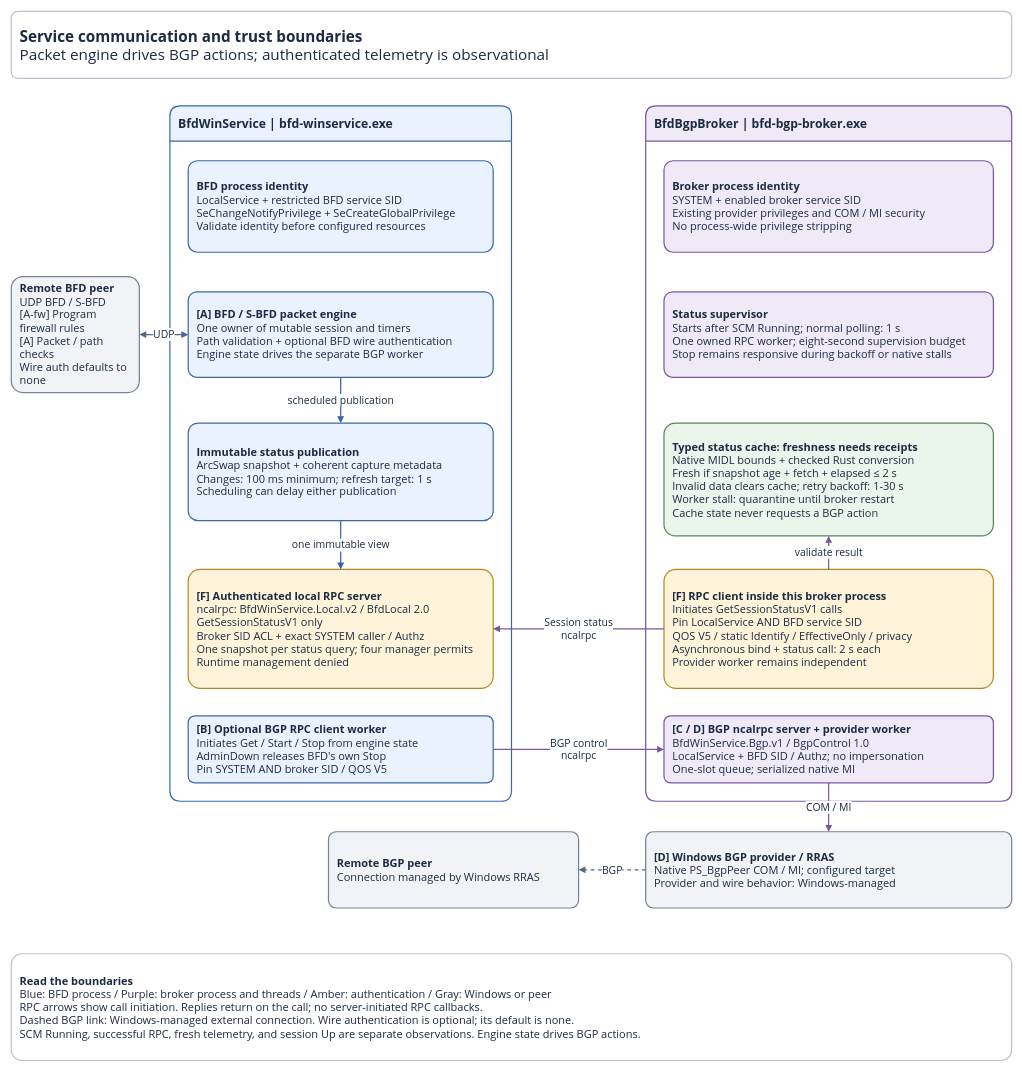
Earlier version of the draw.io diagram page "1 Runtime boundaries" (1 of 3) of docs/service-communication.drawio (miketheitguy/bfd-winservice). Source tidied: cells renumbered, new cells numbered last; positions are measured from the earlier drawing's top-left corner, leaving out a move shared by most shapes. Both pictures are drawn from the tidied source at 61%, with x=0, y=0 at pixel (11, 11).
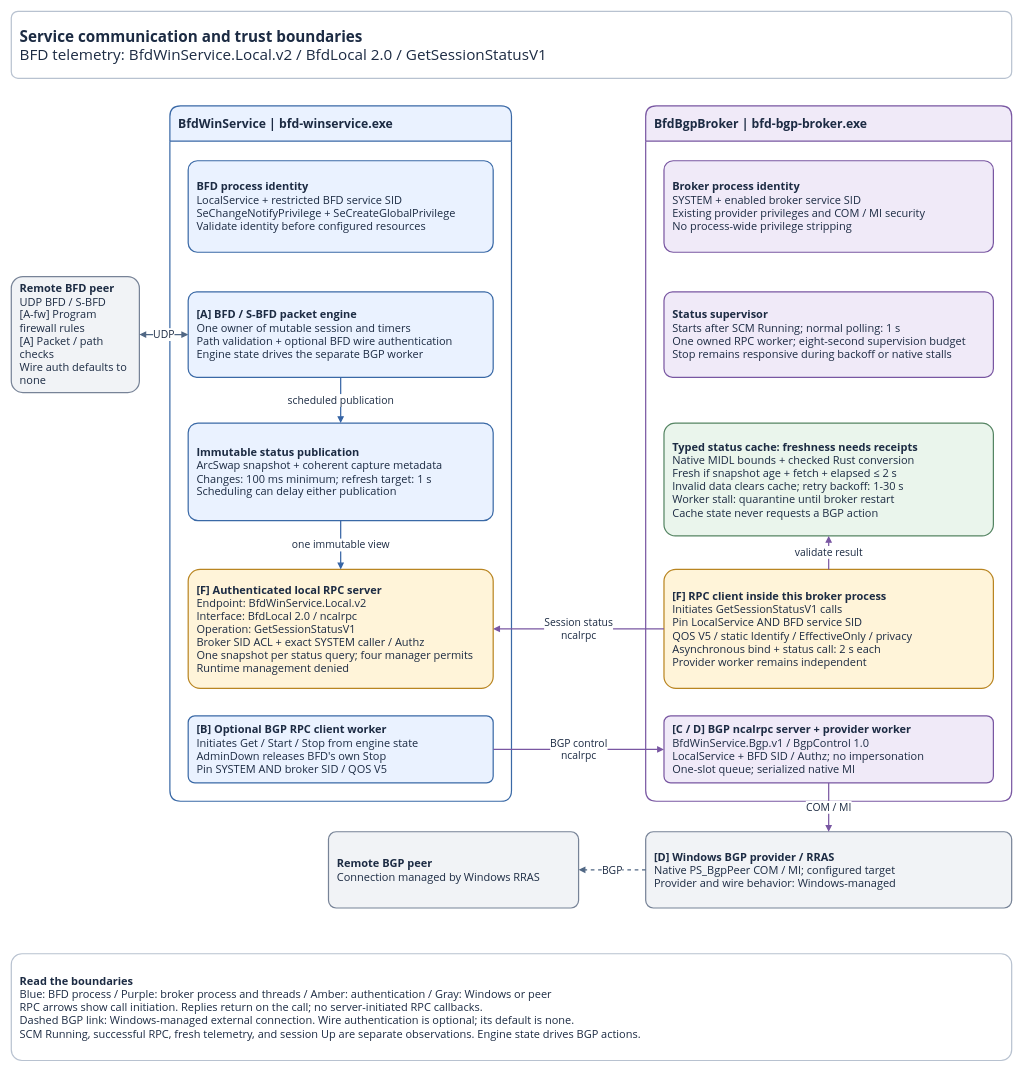
The same diagram, later.

The change refers to these unchanged cells:
```xml
<mxCell id="3" value="&lt;b&gt;BfdWinService | bfd-winservice.exe&lt;/b&gt;" style="rounded=1;arcSize=10;whiteSpace=wrap;html=1;fillColor=#EAF2FF;strokeColor=#3A69A6;strokeWidth=2;fontFamily=Segoe UI;fontSize=20;fontColor=#1C2B43;spacing=14;align=left;verticalAlign=middle;shape=swimlane;startSize=58;horizontal=1;swimlaneLine=1;" parent="1" vertex="1">
  <mxGeometry x="260" y="155" width="560" height="1140" as="geometry" />
</mxCell>
```

Change to the diagram source:
```diff
@@
-    <mxCell id="2" value="&lt;b&gt;Service communication and trust boundaries&lt;/b&gt;&lt;br&gt;Packet engine drives BGP actions; authenticated telemetry is observational" style="rounded=1;arcSize=10;whiteSpace=wrap;html=1;fillColor=#FFFFFF;strokeColor=#B8C2D0;strokeWidth=2;fontFamily=Segoe UI;fontSize=25;fontColor=#1C2B43;spacing=14;align=left;verticalAlign=middle;" parent="1" vertex="1">
+    <mxCell id="2" value="&lt;b&gt;Service communication and trust boundaries&lt;/b&gt;&lt;br&gt;BFD telemetry: BfdWinService.Local.v2 / BfdLocal 2.0 / GetSessionStatusV1" style="rounded=1;arcSize=10;whiteSpace=wrap;html=1;fillColor=#FFFFFF;strokeColor=#B8C2D0;strokeWidth=2;fontFamily=Segoe UI;fontSize=25;fontColor=#1C2B43;spacing=14;align=left;verticalAlign=middle;" parent="1" vertex="1">
       <mxGeometry width="1640" height="110" as="geometry" />
     </mxCell>
@@
-    <mxCell id="8" value="&lt;b&gt;[F] Authenticated local RPC server&lt;/b&gt;&lt;br&gt;ncalrpc: BfdWinService.Local.v2 / BfdLocal 2.0&lt;br&gt;GetSessionStatusV1 only&lt;br&gt;Broker SID ACL + exact SYSTEM caller / Authz&lt;br&gt;One snapshot per status query; four manager permits&lt;br&gt;Runtime management denied" style="rounded=1;arcSize=10;whiteSpace=wrap;html=1;fillColor=#FFF4D9;strokeColor=#B98521;strokeWidth=2;fontFamily=Segoe UI;fontSize=18;fontColor=#1C2B43;spacing=14;align=left;verticalAlign=middle;" parent="3" vertex="1">
+    <mxCell id="8" value="&lt;b&gt;[F] Authenticated local RPC server&lt;/b&gt;&lt;br&gt;Endpoint: BfdWinService.Local.v2&lt;br&gt;Interface: BfdLocal 2.0 / ncalrpc&lt;br&gt;Operation: GetSessionStatusV1&lt;br&gt;Broker SID ACL + exact SYSTEM caller / Authz&lt;br&gt;One snapshot per status query; four manager permits&lt;br&gt;Runtime management denied" style="rounded=1;arcSize=10;whiteSpace=wrap;html=1;fillColor=#FFF4D9;strokeColor=#B98521;strokeWidth=2;fontFamily=Segoe UI;fontSize=18;fontColor=#1C2B43;spacing=14;align=left;verticalAlign=middle;" parent="3" vertex="1">
       <mxGeometry x="30" y="760" width="500" height="195" as="geometry" />
     </mxCell>
```
